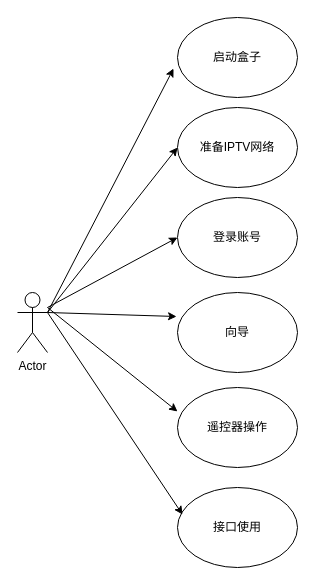
The draw.io diagram 场景图.drawio in lanjiabin/diagrams, before the edit. Source tidied: cells renumbered, new cells numbered last; positions are measured from the earlier drawing's top-left corner, leaving out a move shared by most shapes. Both pictures are drawn from the tidied source at 100%, with x=0, y=0 at pixel (17, 17).
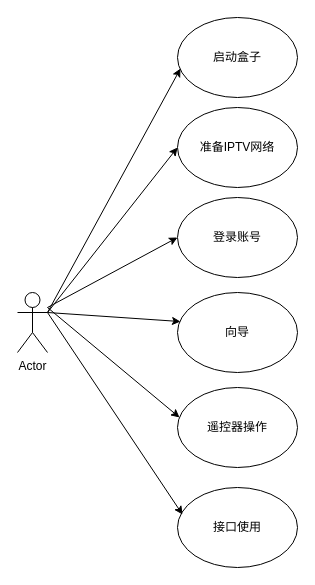
The same page after the edit.

Commit message (it also covers changes not shown here):
更新场景图.drawio

Diff of the diagram source:
```diff
@@
 <mxGraphModel>
   <root>
     <mxCell id="0" />
     <mxCell id="1" parent="0" />
     <mxCell id="2" value="Actor" style="shape=umlActor;verticalLabelPosition=bottom;verticalAlign=top;html=1;outlineConnect=0;" parent="1" vertex="1">
       <mxGeometry y="275" width="30" height="60" as="geometry" />
     </mxCell>
     <mxCell id="3" value="启动盒子" style="ellipse;whiteSpace=wrap;html=1;" parent="1" vertex="1">
       <mxGeometry x="160" width="120" height="80" as="geometry" />
     </mxCell>
     <mxCell id="4" value="准备IPTV网络" style="ellipse;whiteSpace=wrap;html=1;" parent="1" vertex="1">
       <mxGeometry x="160" y="90" width="120" height="80" as="geometry" />
     </mxCell>
     <mxCell id="5" value="登录账号" style="ellipse;whiteSpace=wrap;html=1;" parent="1" vertex="1">
       <mxGeometry x="160" y="180" width="120" height="80" as="geometry" />
     </mxCell>
     <mxCell id="6" value="向导" style="ellipse;whiteSpace=wrap;html=1;" parent="1" vertex="1">
       <mxGeometry x="160" y="275" width="120" height="80" as="geometry" />
     </mxCell>
     <mxCell id="7" value="遥控器操作" style="ellipse;whiteSpace=wrap;html=1;" parent="1" vertex="1">
       <mxGeometry x="160" y="370" width="120" height="80" as="geometry" />
     </mxCell>
     <mxCell id="8" value="接口使用" style="ellipse;whiteSpace=wrap;html=1;" parent="1" vertex="1">
       <mxGeometry x="160" y="470" width="120" height="80" as="geometry" />
     </mxCell>
-    <mxCell id="9" style="endArrow=classic;html=1;rounded=0;entryX=-0.033;entryY=0.638;entryDx=0;entryDy=0;entryPerimeter=0;exitX=1;exitY=0.3333333333333333;exitDx=0;exitDy=0;exitPerimeter=0;" parent="1" edge="1" source="2" target="3">
+    <mxCell id="9" style="endArrow=classic;html=1;rounded=0;entryX=0.025;entryY=0.638;entryDx=0;entryDy=0;entryPerimeter=0;exitX=1;exitY=0.3333333333333333;exitDx=0;exitDy=0;exitPerimeter=0;" parent="1" edge="1" source="2" target="3">
       <mxGeometry relative="1" as="geometry" />
     </mxCell>
     <mxCell id="10" style="endArrow=classic;html=1;rounded=0;entryX=0;entryY=0.5;entryDx=0;entryDy=0;exitX=1;exitY=0.3333333333333333;exitDx=0;exitDy=0;exitPerimeter=0;" parent="1" edge="1" source="2" target="4">
       <mxGeometry relative="1" as="geometry" />
     </mxCell>
     <mxCell id="11" style="endArrow=classic;html=1;rounded=0;entryX=0;entryY=0.5;entryDx=0;entryDy=0;" parent="1" edge="1" target="5">
       <mxGeometry relative="1" as="geometry">
         <mxPoint x="30" y="290" as="sourcePoint" />
       </mxGeometry>
     </mxCell>
-    <mxCell id="12" style="endArrow=classic;html=1;rounded=0;entryX=-0.008;entryY=0.3;entryDx=0;entryDy=0;entryPerimeter=0;exitX=1;exitY=0.3333333333333333;exitDx=0;exitDy=0;exitPerimeter=0;" parent="1" edge="1" source="2" target="6">
+    <mxCell id="12" style="endArrow=classic;html=1;rounded=0;exitX=1;exitY=0.3333333333333333;exitDx=0;exitDy=0;exitPerimeter=0;entryX=0.025;entryY=0.363;entryDx=0;entryDy=0;entryPerimeter=0;" parent="1" edge="1" source="2" target="6">
       <mxGeometry relative="1" as="geometry" />
     </mxCell>
-    <mxCell id="13" style="endArrow=classic;html=1;rounded=0;entryX=0;entryY=0.3;entryDx=0;entryDy=0;entryPerimeter=0;" parent="1" edge="1" target="7">
+    <mxCell id="13" style="endArrow=classic;html=1;rounded=0;entryX=0.017;entryY=0.375;entryDx=0;entryDy=0;entryPerimeter=0;" parent="1" edge="1" target="7">
       <mxGeometry relative="1" as="geometry">
         <mxPoint x="30" y="290" as="sourcePoint" />
       </mxGeometry>
     </mxCell>
     <mxCell id="14" style="endArrow=classic;html=1;rounded=0;exitX=1;exitY=0.3333333333333333;exitDx=0;exitDy=0;exitPerimeter=0;entryX=0.042;entryY=0.338;entryDx=0;entryDy=0;entryPerimeter=0;" parent="1" edge="1" source="2" target="8">
       <mxGeometry relative="1" as="geometry" />
     </mxCell>
   </root>
 </mxGraphModel>
```
